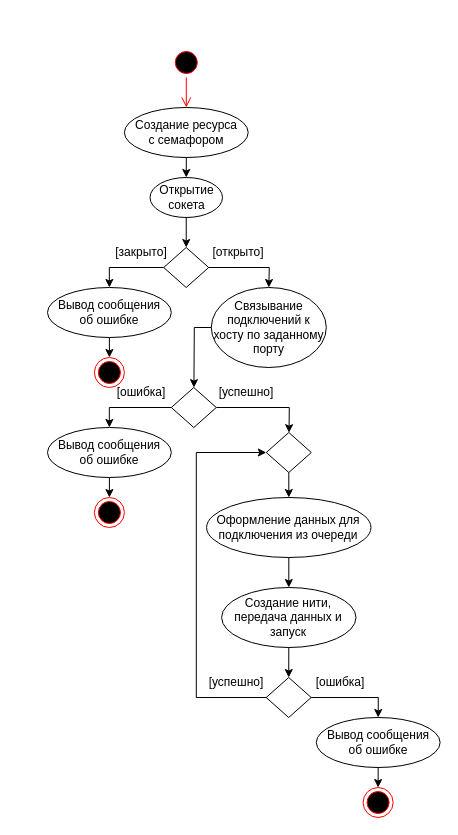
Before: Системное программирование/КР/2.drawio in eldarian-1/pstu, a draw.io diagram. Source tidied: cells renumbered, new cells numbered last; positions are measured from the earlier drawing's top-left corner, leaving out a move shared by most shapes. Both pictures are drawn from the tidied source at 100%, with x=0, y=0 at pixel (47, 47).
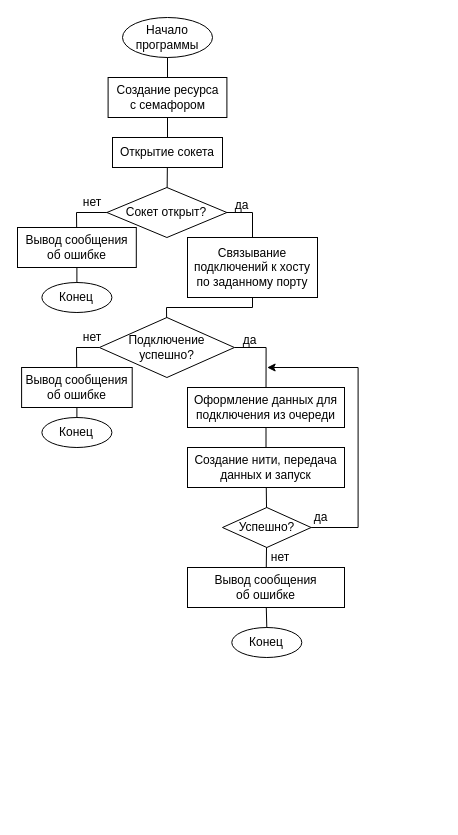
The same page after the edit.

The edit, as a diff of the source:
```diff
@@
-    <mxCell id="2" style="ellipse;html=1;shape=startState;fillColor=#000000;strokeColor=#ff0000;" parent="1" vertex="1">
-      <mxGeometry x="123.8" width="30" height="30" as="geometry" />
-    </mxCell>
-    <mxCell id="3" style="edgeStyle=orthogonalEdgeStyle;html=1;verticalAlign=bottom;endArrow=open;endSize=8;strokeColor=#ff0000;rounded=0;" parent="1" edge="1" source="2" target="21">
-      <mxGeometry relative="1" as="geometry" />
-    </mxCell>
+    <mxCell id="40" value="да" style="text;html=1;strokeColor=none;fillColor=none;align=center;verticalAlign=middle;whiteSpace=wrap;rounded=0;" parent="1" vertex="1">
+      <mxGeometry x="263.6" y="460" width="19" height="20" as="geometry" />
+    </mxCell>
+    <mxCell id="41" value="нет" style="text;html=1;strokeColor=none;fillColor=none;align=center;verticalAlign=middle;whiteSpace=wrap;rounded=0;" parent="1" vertex="1">
+      <mxGeometry x="217.5" y="500" width="30" height="20" as="geometry" />
+    </mxCell>
+    <mxCell id="42" value="да" style="text;html=1;strokeColor=none;fillColor=none;align=center;verticalAlign=middle;whiteSpace=wrap;rounded=0;" parent="1" vertex="1">
+      <mxGeometry x="179.4" y="145" width="30.6" height="25" as="geometry" />
+    </mxCell>
+    <mxCell id="21" value="&lt;div&gt;Создание ресурса&lt;/div&gt;&lt;div&gt;с семафором&lt;/div&gt;" style="rounded=0;whiteSpace=wrap;html=1;" parent="1" vertex="1">
+      <mxGeometry x="60.6" y="30" width="118.8" height="40" as="geometry" />
+    </mxCell>
+    <mxCell id="43" value="&lt;div&gt;Начало&lt;/div&gt;&lt;div&gt;программы&lt;/div&gt;" style="ellipse;whiteSpace=wrap;html=1;" parent="1" vertex="1">
+      <mxGeometry x="75" y="-30" width="90" height="40" as="geometry" />
+    </mxCell>
+    <mxCell id="44" style="endArrow=none;html=1;rounded=0;" parent="1" edge="1" source="21" target="43">
+      <mxGeometry relative="1" as="geometry" />
+    </mxCell>
-    <mxCell id="4" value="&lt;div&gt;Открытие&lt;/div&gt;&lt;div&gt;сокета&lt;/div&gt;" style="ellipse;whiteSpace=wrap;html=1;" parent="1" vertex="1">
-      <mxGeometry x="102.5" y="130" width="72.5" height="40" as="geometry" />
+    <mxCell id="4" value="Открытие сокета" style="rounded=0;whiteSpace=wrap;html=1;" parent="1" vertex="1">
+      <mxGeometry x="65" y="90" width="110" height="30" as="geometry" />
     </mxCell>
-    <mxCell id="5" style="rhombus;whiteSpace=wrap;html=1;" parent="1" vertex="1">
-      <mxGeometry x="116.2" y="200" width="45" height="40" as="geometry" />
-    </mxCell>
-    <mxCell id="6" style="endArrow=classic;html=1;rounded=0;" parent="1" edge="1" source="4" target="5">
-      <mxGeometry relative="1" as="geometry" />
-    </mxCell>
-    <mxCell id="7" style="endArrow=classic;html=1;rounded=0;jumpStyle=none;jumpSize=6;elbow=vertical;strokeWidth=1;" parent="1" edge="1" source="5" target="11">
-      <mxGeometry relative="1" as="geometry">
-        <Array as="points">
-          <mxPoint x="221.8" y="220" />
-        </Array>
-      </mxGeometry>
-    </mxCell>
-    <mxCell id="8" value="[открыто]" style="text;html=1;strokeColor=none;fillColor=none;align=center;verticalAlign=middle;whiteSpace=wrap;rounded=0;" parent="1" vertex="1">
-      <mxGeometry x="161.2" y="190" width="60" height="30" as="geometry" />
-    </mxCell>
-    <mxCell id="9" style="endArrow=classic;html=1;rounded=0;" parent="1" edge="1" source="5" target="24">
-      <mxGeometry relative="1" as="geometry">
-        <Array as="points">
-          <mxPoint x="61.8" y="220" />
-        </Array>
-      </mxGeometry>
-    </mxCell>
-    <mxCell id="10" value="[закрыто]" style="text;html=1;strokeColor=none;fillColor=none;align=center;verticalAlign=middle;whiteSpace=wrap;rounded=0;" parent="1" vertex="1">
-      <mxGeometry x="63.8" y="190" width="60" height="30" as="geometry" />
-    </mxCell>
+    <mxCell id="45" style="endArrow=none;html=1;rounded=0;" parent="1" edge="1" source="4" target="21">
+      <mxGeometry relative="1" as="geometry" />
+    </mxCell>
+    <mxCell id="46" value="Сокет открыт?" style="rhombus;whiteSpace=wrap;html=1;" parent="1" vertex="1">
+      <mxGeometry x="59.4" y="140" width="120" height="50" as="geometry" />
+    </mxCell>
+    <mxCell id="47" style="endArrow=none;html=1;rounded=0;" parent="1" edge="1" source="46" target="4">
+      <mxGeometry relative="1" as="geometry" />
+    </mxCell>
+    <mxCell id="48" value="&lt;div&gt;Вывод сообщения&lt;/div&gt;&lt;div&gt;об ошибке&lt;/div&gt;" style="rounded=0;whiteSpace=wrap;html=1;" parent="1" vertex="1">
+      <mxGeometry x="-30" y="180" width="118.8" height="40" as="geometry" />
+    </mxCell>
+    <mxCell id="49" style="endArrow=none;html=1;rounded=0;" parent="1" edge="1" source="48" target="46">
+      <mxGeometry relative="1" as="geometry">
+        <Array as="points">
+          <mxPoint x="29" y="165" />
+        </Array>
+      </mxGeometry>
+    </mxCell>
+    <mxCell id="50" value="нет" style="text;html=1;strokeColor=none;fillColor=none;align=center;verticalAlign=middle;whiteSpace=wrap;rounded=0;" parent="1" vertex="1">
+      <mxGeometry x="30" y="140" width="30" height="30" as="geometry" />
+    </mxCell>
+    <mxCell id="51" value="Конец" style="ellipse;whiteSpace=wrap;html=1;" parent="1" vertex="1">
+      <mxGeometry x="-5.6" y="235" width="70" height="30" as="geometry" />
+    </mxCell>
+    <mxCell id="52" style="endArrow=none;html=1;rounded=0;" parent="1" edge="1" source="51" target="48">
+      <mxGeometry relative="1" as="geometry" />
+    </mxCell>
-    <mxCell id="11" value="Связывание подключений к хосту по заданному порту" style="ellipse;whiteSpace=wrap;html=1;" parent="1" vertex="1">
-      <mxGeometry x="163.8" y="240" width="115" height="80" as="geometry" />
+    <mxCell id="11" value="Связывание подключений к хосту по заданному порту" style="rounded=0;whiteSpace=wrap;html=1;" parent="1" vertex="1">
+      <mxGeometry x="140" y="190" width="130" height="60" as="geometry" />
     </mxCell>
-    <mxCell id="12" style="rhombus;whiteSpace=wrap;html=1;" parent="1" vertex="1">
-      <mxGeometry x="123.8" y="340" width="45" height="40" as="geometry" />
-    </mxCell>
-    <mxCell id="13" style="endArrow=classic;html=1;rounded=0;jumpStyle=none;jumpSize=6;elbow=vertical;strokeWidth=1;" parent="1" edge="1" source="12" target="30">
-      <mxGeometry relative="1" as="geometry">
-        <Array as="points">
-          <mxPoint x="241.8" y="360" />
-        </Array>
-      </mxGeometry>
-    </mxCell>
-    <mxCell id="14" style="endArrow=classic;html=1;rounded=0;" parent="1" edge="1" source="12" target="27">
-      <mxGeometry relative="1" as="geometry">
-        <Array as="points">
-          <mxPoint x="61.8" y="360" />
-        </Array>
-      </mxGeometry>
-    </mxCell>
-    <mxCell id="15" value="&lt;div&gt;[ошибка]&lt;/div&gt;" style="text;html=1;strokeColor=none;fillColor=none;align=center;verticalAlign=middle;whiteSpace=wrap;rounded=0;" parent="1" vertex="1">
-      <mxGeometry x="263.4" y="620" width="60" height="30" as="geometry" />
-    </mxCell>
+    <mxCell id="53" style="endArrow=none;html=1;rounded=0;" parent="1" edge="1" source="11" target="46">
+      <mxGeometry relative="1" as="geometry">
+        <Array as="points">
+          <mxPoint x="205" y="165" />
+        </Array>
+      </mxGeometry>
+    </mxCell>
+    <mxCell id="54" value="Подключение успешно?" style="rhombus;whiteSpace=wrap;html=1;" parent="1" vertex="1">
+      <mxGeometry x="51.9" y="270" width="135" height="60" as="geometry" />
+    </mxCell>
+    <mxCell id="55" style="endArrow=none;html=1;rounded=0;" parent="1" edge="1" source="54" target="11">
+      <mxGeometry relative="1" as="geometry">
+        <Array as="points">
+          <mxPoint x="119" y="260" />
+          <mxPoint x="205" y="260" />
+        </Array>
+      </mxGeometry>
+    </mxCell>
+    <mxCell id="56" value="&lt;div&gt;Вывод сообщения&lt;/div&gt;&lt;div&gt;об ошибке&lt;/div&gt;" style="rounded=0;whiteSpace=wrap;html=1;" parent="1" vertex="1">
+      <mxGeometry x="-25.9" y="320" width="110.6" height="40" as="geometry" />
+    </mxCell>
+    <mxCell id="57" style="endArrow=none;html=1;rounded=0;" parent="1" edge="1" source="56" target="54">
+      <mxGeometry relative="1" as="geometry">
+        <Array as="points">
+          <mxPoint x="29" y="300" />
+        </Array>
+      </mxGeometry>
+    </mxCell>
+    <mxCell id="58" value="нет" style="text;html=1;strokeColor=none;fillColor=none;align=center;verticalAlign=middle;whiteSpace=wrap;rounded=0;" parent="1" vertex="1">
+      <mxGeometry x="30" y="275" width="30" height="30" as="geometry" />
+    </mxCell>
+    <mxCell id="59" value="Конец" style="ellipse;whiteSpace=wrap;html=1;" parent="1" vertex="1">
+      <mxGeometry x="-5.6" y="370" width="70" height="30" as="geometry" />
+    </mxCell>
+    <mxCell id="60" style="endArrow=none;html=1;rounded=0;" parent="1" edge="1" source="59" target="56">
+      <mxGeometry relative="1" as="geometry" />
+    </mxCell>
-    <mxCell id="16" value="Оформление данных для подключения из очереди" style="ellipse;whiteSpace=wrap;html=1;" parent="1" vertex="1">
-      <mxGeometry x="159.1" y="450" width="164.4" height="60" as="geometry" />
+    <mxCell id="16" value="Оформление данных для подключения из очереди" style="rounded=0;whiteSpace=wrap;html=1;" parent="1" vertex="1">
+      <mxGeometry x="140" y="340" width="157" height="40" as="geometry" />
     </mxCell>
+    <mxCell id="61" value="да" style="text;html=1;strokeColor=none;fillColor=none;align=center;verticalAlign=middle;whiteSpace=wrap;rounded=0;" parent="1" vertex="1">
+      <mxGeometry x="186.9" y="280" width="30.6" height="25" as="geometry" />
+    </mxCell>
+    <mxCell id="62" style="endArrow=none;html=1;rounded=0;" parent="1" edge="1" source="16" target="54">
+      <mxGeometry relative="1" as="geometry">
+        <Array as="points">
+          <mxPoint x="218.6" y="300" />
+        </Array>
+      </mxGeometry>
+    </mxCell>
-    <mxCell id="17" value="Создание нити, передача данных и запуск" style="ellipse;whiteSpace=wrap;html=1;" parent="1" vertex="1">
-      <mxGeometry x="174.1" y="540" width="134.4" height="60" as="geometry" />
+    <mxCell id="17" value="Создание нити, передача данных и запуск" style="rounded=0;whiteSpace=wrap;html=1;" parent="1" vertex="1">
+      <mxGeometry x="140" y="400" width="157" height="40" as="geometry" />
     </mxCell>
-    <mxCell id="18" style="endArrow=classic;html=1;rounded=0;" parent="1" edge="1" source="16" target="17">
-      <mxGeometry relative="1" as="geometry" />
-    </mxCell>
-    <mxCell id="19" style="endArrow=classic;html=1;rounded=0;" parent="1" edge="1" source="17" target="32">
-      <mxGeometry relative="1" as="geometry" />
-    </mxCell>
-    <mxCell id="20" style="endArrow=classic;html=1;rounded=0;" parent="1" edge="1" source="11" target="12">
-      <mxGeometry relative="1" as="geometry">
-        <Array as="points">
-          <mxPoint x="146.8" y="280" />
-        </Array>
-      </mxGeometry>
-    </mxCell>
-    <mxCell id="21" value="&lt;div&gt;Создание ресурса&lt;/div&gt;&lt;div&gt;с семафором&lt;/div&gt;" style="ellipse;whiteSpace=wrap;html=1;" parent="1" vertex="1">
-      <mxGeometry x="76.9" y="60" width="123.8" height="50" as="geometry" />
-    </mxCell>
-    <mxCell id="22" style="endArrow=classic;html=1;rounded=0;" parent="1" edge="1" source="21" target="4">
-      <mxGeometry relative="1" as="geometry" />
-    </mxCell>
-    <mxCell id="23" style="ellipse;html=1;shape=endState;fillColor=#000000;strokeColor=#ff0000;" parent="1" vertex="1">
-      <mxGeometry x="46.9" y="310" width="30" height="30" as="geometry" />
-    </mxCell>
-    <mxCell id="24" value="&lt;div&gt;Вывод сообщения&lt;/div&gt;&lt;div&gt;об ошибке&lt;/div&gt;" style="ellipse;whiteSpace=wrap;html=1;" parent="1" vertex="1">
-      <mxGeometry y="240" width="123.8" height="50" as="geometry" />
-    </mxCell>
-    <mxCell id="25" style="endArrow=classic;html=1;rounded=0;" parent="1" edge="1" source="24" target="23">
-      <mxGeometry relative="1" as="geometry" />
-    </mxCell>
-    <mxCell id="26" value="[успешно]" style="text;html=1;strokeColor=none;fillColor=none;align=center;verticalAlign=middle;whiteSpace=wrap;rounded=0;" parent="1" vertex="1">
-      <mxGeometry x="168.8" y="330" width="60" height="30" as="geometry" />
-    </mxCell>
-    <mxCell id="27" value="&lt;div&gt;Вывод сообщения&lt;/div&gt;&lt;div&gt;об ошибке&lt;/div&gt;" style="ellipse;whiteSpace=wrap;html=1;" parent="1" vertex="1">
-      <mxGeometry y="380" width="123.8" height="50" as="geometry" />
-    </mxCell>
-    <mxCell id="28" style="ellipse;html=1;shape=endState;fillColor=#000000;strokeColor=#ff0000;" parent="1" vertex="1">
-      <mxGeometry x="46.9" y="450" width="30" height="30" as="geometry" />
-    </mxCell>
-    <mxCell id="29" style="endArrow=classic;html=1;rounded=0;" parent="1" edge="1" source="27" target="28">
-      <mxGeometry relative="1" as="geometry" />
-    </mxCell>
-    <mxCell id="30" style="rhombus;whiteSpace=wrap;html=1;" parent="1" vertex="1">
-      <mxGeometry x="218.8" y="385" width="45" height="40" as="geometry" />
-    </mxCell>
-    <mxCell id="31" style="endArrow=classic;html=1;rounded=0;" parent="1" edge="1" source="30" target="16">
-      <mxGeometry relative="1" as="geometry" />
-    </mxCell>
-    <mxCell id="32" style="rhombus;whiteSpace=wrap;html=1;" parent="1" vertex="1">
-      <mxGeometry x="218.7" y="630" width="45" height="40" as="geometry" />
-    </mxCell>
-    <mxCell id="33" value="[успешно]" style="text;html=1;strokeColor=none;fillColor=none;align=center;verticalAlign=middle;whiteSpace=wrap;rounded=0;" parent="1" vertex="1">
-      <mxGeometry x="158.7" y="620" width="60" height="30" as="geometry" />
-    </mxCell>
-    <mxCell id="34" value="&lt;div&gt;[ошибка]&lt;/div&gt;" style="text;html=1;strokeColor=none;fillColor=none;align=center;verticalAlign=middle;whiteSpace=wrap;rounded=0;" parent="1" vertex="1">
-      <mxGeometry x="63.8" y="330" width="60" height="30" as="geometry" />
-    </mxCell>
-    <mxCell id="35" style="endArrow=classic;html=1;rounded=0;" parent="1" edge="1" source="32" target="30">
-      <mxGeometry relative="1" as="geometry">
-        <Array as="points">
-          <mxPoint x="148.8" y="650" />
-          <mxPoint x="148.8" y="405" />
-        </Array>
-      </mxGeometry>
-    </mxCell>
-    <mxCell id="36" value="&lt;div&gt;Вывод сообщения&lt;/div&gt;&lt;div&gt;об ошибке&lt;/div&gt;" style="ellipse;whiteSpace=wrap;html=1;" parent="1" vertex="1">
-      <mxGeometry x="268.8" y="670" width="123.8" height="50" as="geometry" />
-    </mxCell>
-    <mxCell id="37" style="ellipse;html=1;shape=endState;fillColor=#000000;strokeColor=#ff0000;" parent="1" vertex="1">
-      <mxGeometry x="315.6" y="740" width="30" height="30" as="geometry" />
-    </mxCell>
-    <mxCell id="38" style="endArrow=classic;html=1;rounded=0;" parent="1" edge="1" source="36" target="37">
-      <mxGeometry relative="1" as="geometry" />
-    </mxCell>
-    <mxCell id="39" style="endArrow=classic;html=1;rounded=0;" parent="1" edge="1" source="32" target="36">
-      <mxGeometry relative="1" as="geometry">
-        <Array as="points">
-          <mxPoint x="330.8" y="650" />
-        </Array>
-      </mxGeometry>
-    </mxCell>
+    <mxCell id="63" value="Успешно?" style="rhombus;whiteSpace=wrap;html=1;" parent="1" vertex="1">
+      <mxGeometry x="175" y="460" width="88.6" height="40" as="geometry" />
+    </mxCell>
+    <mxCell id="64" style="endArrow=none;html=1;rounded=0;" parent="1" edge="1" source="63" target="17">
+      <mxGeometry relative="1" as="geometry" />
+    </mxCell>
+    <mxCell id="65" style="endArrow=none;html=1;rounded=0;" parent="1" edge="1" source="17" target="16">
+      <mxGeometry relative="1" as="geometry" />
+    </mxCell>
+    <mxCell id="66" style="endArrow=classic;html=1;rounded=0;" parent="1" edge="1" source="63">
+      <mxGeometry relative="1" as="geometry">
+        <mxPoint x="219.6" y="320" as="targetPoint" />
+        <Array as="points">
+          <mxPoint x="310.6" y="480" />
+          <mxPoint x="310.6" y="320" />
+        </Array>
+      </mxGeometry>
+    </mxCell>
+    <mxCell id="67" value="Конец" style="ellipse;whiteSpace=wrap;html=1;" parent="1" vertex="1">
+      <mxGeometry x="184.3" y="580" width="70" height="30" as="geometry" />
+    </mxCell>
+    <mxCell id="68" style="endArrow=none;html=1;rounded=0;" parent="1" edge="1" source="67" target="69">
+      <mxGeometry relative="1" as="geometry" />
+    </mxCell>
+    <mxCell id="69" value="&lt;div&gt;Вывод сообщения&lt;/div&gt;&lt;div&gt;об ошибке&lt;/div&gt;" style="rounded=0;whiteSpace=wrap;html=1;" parent="1" vertex="1">
+      <mxGeometry x="140" y="520" width="157" height="40" as="geometry" />
+    </mxCell>
+    <mxCell id="70" style="endArrow=none;html=1;rounded=0;" parent="1" edge="1" source="69" target="63">
+      <mxGeometry relative="1" as="geometry" />
+    </mxCell>
```
